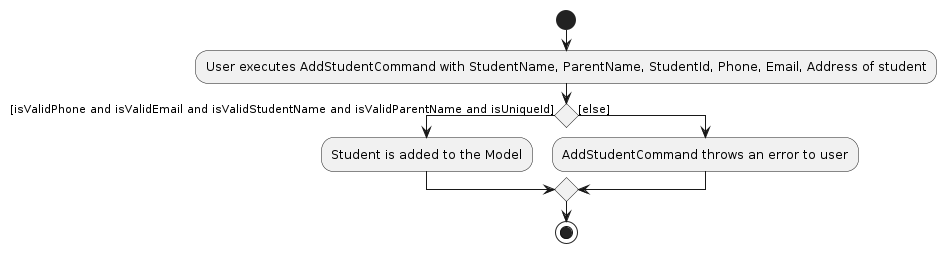
Above: diagrams/AddStudentCommand.png in AY2425S2-CS2103T-T11-2/tp (PlantUML), before the change. Its source is kept beside it as diagrams/AddStudentCommand.puml. Source of this version:
```plantuml
@startuml
start
:User executes AddStudentCommand with StudentName, ParentName, StudentId, Phone, Email, Address of student;
if () then ([isValidPhone and isValidEmail and isValidStudentName and isValidParentName and isUniqueId])
    :Student is added to the Model;
else ([else])
:AddStudentCommand throws an error to user;
endif
stop
@enduml
```
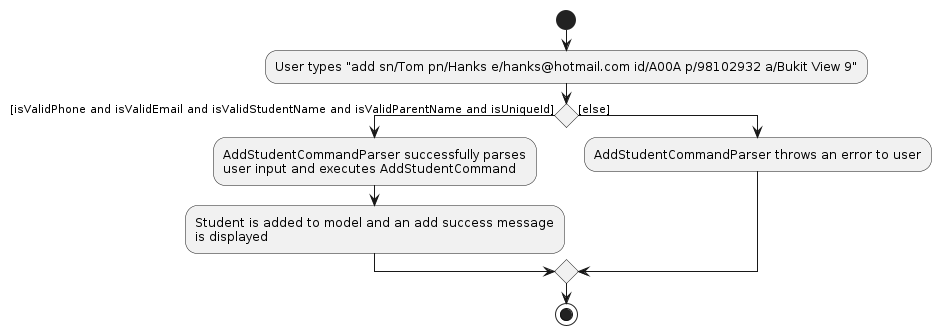
The same diagram one commit later.

What changed in the source:
```diff
@@ -1,10 +1,13 @@
 @startuml
 start
-:User executes AddStudentCommand with StudentName, ParentName, StudentId, Phone, Email, Address of student;
+:User types "add sn/Tom pn/Hanks e/hanks@hotmail.com id/A00A p/98102932 a/Bukit View 9";
 if () then ([isValidPhone and isValidEmail and isValidStudentName and isValidParentName and isUniqueId])
-    :Student is added to the Model;
+    :AddStudentCommandParser successfully parses
+    user input and executes AddStudentCommand;
+    :Student is added to model and an add success message
+    is displayed;
 else ([else])
-:AddStudentCommand throws an error to user;
+:AddStudentCommandParser throws an error to user;
 endif
 stop
 @enduml
```
